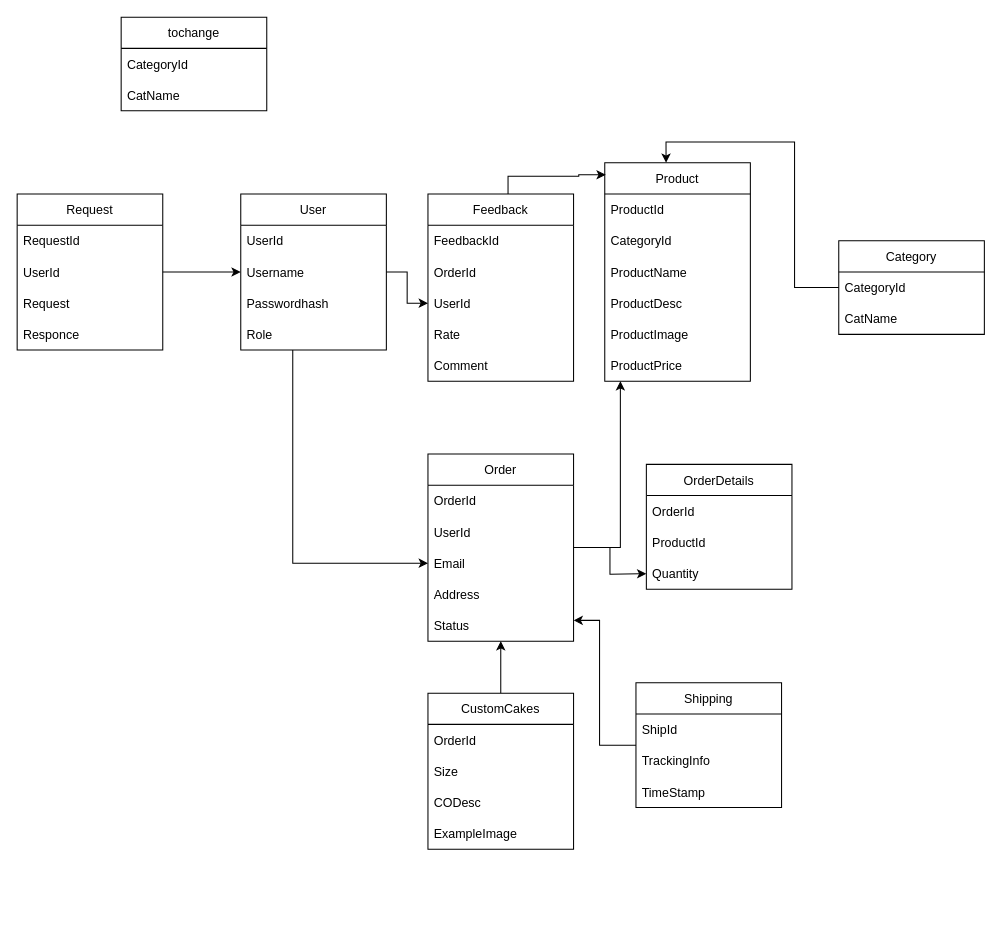
This is projectDatabase.drawio from D3153/storefront-bakery, a draw.io file, before an edit. Source tidied: cells renumbered, new cells numbered last; positions are measured from the earlier drawing's top-left corner, leaving out a move shared by most shapes. Both pictures are drawn from the tidied source at 104%, with x=0, y=0 at pixel (17, 17).
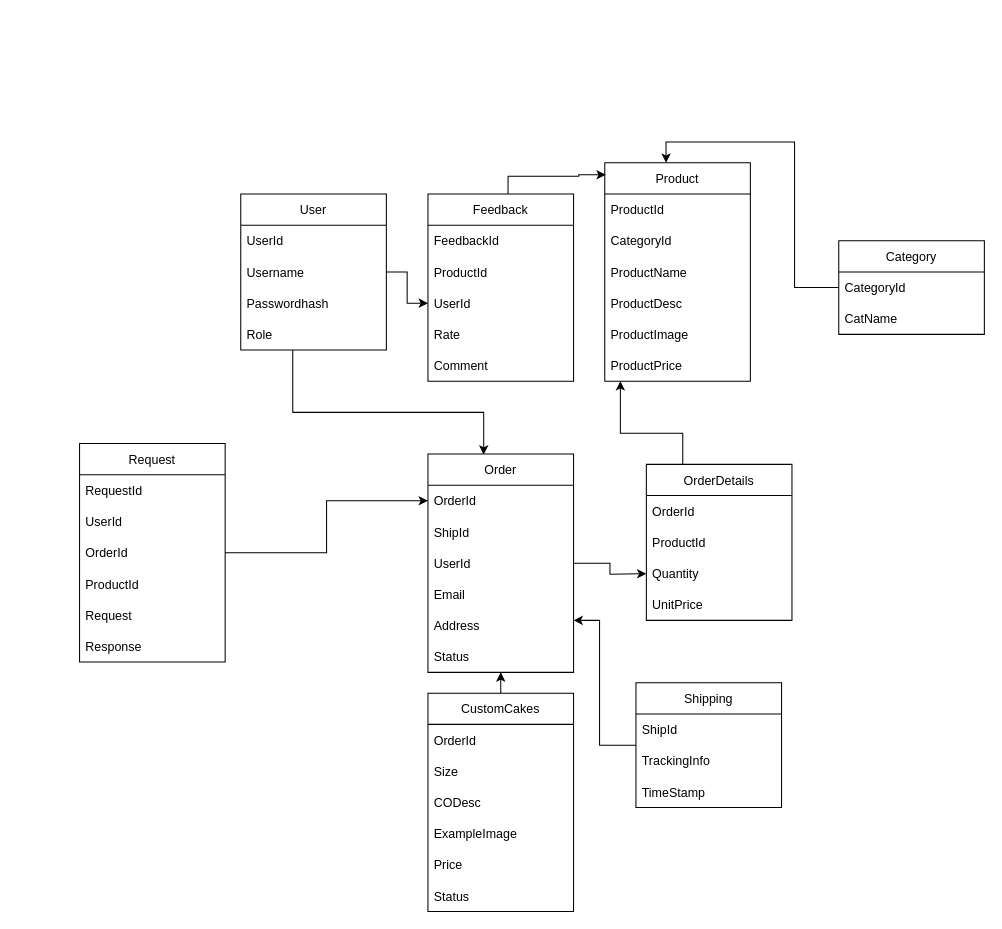
After the change.

The change refers to these unchanged cells:
```xml
<mxCell id="4" value="User" style="swimlane;fontStyle=0;horizontal=1;startSize=30;" parent="1" vertex="1">
  <mxGeometry x="215" y="170" width="140" height="150" as="geometry" />
</mxCell>
<mxCell id="9" value="Product" style="swimlane;fontStyle=0;horizontal=1;startSize=30;" parent="1" vertex="1">
  <mxGeometry x="565" y="140" width="140" height="210" as="geometry" />
</mxCell>
<mxCell id="17" value="Feedback" style="swimlane;fontStyle=0;horizontal=1;startSize=30;" parent="1" vertex="1">
  <mxGeometry x="395" y="170" width="140" height="180" as="geometry" />
</mxCell>
<mxCell id="26" value="OrderId" style="text;strokeColor=none;fillColor=none;align=left;verticalAlign=middle;spacingLeft=4;spacingRight=4;overflow=hidden;points=[[0,0.5],[1,0.5]];portConstraint=eastwest;" parent="25" vertex="1">
  <mxGeometry y="30" width="140" height="30" as="geometry" />
</mxCell>
```

Diff of the diagram source:
```diff
@@
-    <mxCell id="2" style="edgeStyle=orthogonalEdgeStyle;rounded=0;jettySize=auto;html=1;entryX=0;entryY=0.5;entryDx=0;entryDy=0;" parent="1" edge="1" source="4" target="28">
+    <mxCell id="2" style="edgeStyle=orthogonalEdgeStyle;rounded=0;jettySize=auto;html=1;entryX=0.383;entryY=0.003;entryDx=0;entryDy=0;entryPerimeter=0;" parent="1" edge="1" source="4" target="25">
       <mxGeometry relative="1" as="geometry">
         <Array as="points">
-          <mxPoint x="265" y="525" />
+          <mxPoint x="265" y="380" />
+          <mxPoint x="449" y="380" />
         </Array>
       </mxGeometry>
     </mxCell>
@@
-    <mxCell id="19" value="OrderId" style="text;strokeColor=none;fillColor=none;align=left;verticalAlign=middle;spacingLeft=4;spacingRight=4;overflow=hidden;" parent="17" vertex="1">
+    <mxCell id="19" value="ProductId" style="text;strokeColor=none;fillColor=none;align=left;verticalAlign=middle;spacingLeft=4;spacingRight=4;overflow=hidden;" parent="17" vertex="1">
       <mxGeometry y="60" width="140" height="30" as="geometry" />
     </mxCell>
@@
-    <mxCell id="24" style="edgeStyle=orthogonalEdgeStyle;rounded=0;jettySize=auto;html=1;" parent="1" edge="1" source="25" target="9">
+    <mxCell id="24" style="edgeStyle=orthogonalEdgeStyle;rounded=0;jettySize=auto;html=1;exitX=0.007;exitY=0.09;exitDx=0;exitDy=0;exitPerimeter=0;" parent="1" edge="1" source="31" target="9">
       <mxGeometry relative="1" as="geometry">
         <Array as="points">
-          <mxPoint x="580" y="510" />
+          <mxPoint x="640" y="444" />
+          <mxPoint x="640" y="400" />
+          <mxPoint x="580" y="400" />
         </Array>
       </mxGeometry>
     </mxCell>
     <mxCell id="25" value="Order" style="swimlane;fontStyle=0;horizontal=1;startSize=30;" parent="1" vertex="1">
-      <mxGeometry x="395" y="420" width="140" height="180" as="geometry" />
+      <mxGeometry x="395" y="420" width="140" height="210" as="geometry" />
     </mxCell>
@@
+    <mxCell id="59" value="ShipId" style="text;strokeColor=none;fillColor=none;align=left;verticalAlign=middle;spacingLeft=4;spacingRight=4;overflow=hidden;" parent="25" vertex="1">
+      <mxGeometry y="60" width="140" height="30" as="geometry" />
+    </mxCell>
     <mxCell id="27" value="UserId" style="text;strokeColor=none;fillColor=none;align=left;verticalAlign=middle;spacingLeft=4;spacingRight=4;overflow=hidden;" parent="25" vertex="1">
-      <mxGeometry y="60" width="140" height="30" as="geometry" />
+      <mxGeometry y="90" width="140" height="30" as="geometry" />
     </mxCell>
     <mxCell id="28" value="Email" style="text;strokeColor=none;fillColor=none;align=left;verticalAlign=middle;spacingLeft=4;spacingRight=4;overflow=hidden;points=[[0,0.5],[1,0.5]];portConstraint=eastwest;" parent="25" vertex="1">
-      <mxGeometry y="90" width="140" height="30" as="geometry" />
+      <mxGeometry y="120" width="140" height="30" as="geometry" />
     </mxCell>
     <mxCell id="29" value="Address" style="text;strokeColor=none;fillColor=none;align=left;verticalAlign=middle;spacingLeft=4;spacingRight=4;overflow=hidden;" parent="25" vertex="1">
-      <mxGeometry y="120" width="140" height="30" as="geometry" />
+      <mxGeometry y="150" width="140" height="30" as="geometry" />
     </mxCell>
     <mxCell id="30" value="Status" style="text;strokeColor=none;fillColor=none;align=left;verticalAlign=middle;spacingLeft=4;spacingRight=4;overflow=hidden;" parent="25" vertex="1">
-      <mxGeometry y="150" width="140" height="30" as="geometry" />
+      <mxGeometry y="180" width="140" height="30" as="geometry" />
     </mxCell>
     <mxCell id="31" value="OrderDetails" style="swimlane;fontStyle=0;horizontal=1;startSize=30;" parent="1" vertex="1">
-      <mxGeometry x="605" y="430" width="140" height="120" as="geometry" />
+      <mxGeometry x="605" y="430" width="140" height="150" as="geometry" />
     </mxCell>
@@
+    <mxCell id="60" value="UnitPrice" style="text;strokeColor=none;fillColor=none;align=left;verticalAlign=middle;spacingLeft=4;spacingRight=4;overflow=hidden;" parent="31" vertex="1">
+      <mxGeometry y="120" width="140" height="30" as="geometry" />
+    </mxCell>
@@
-    <mxCell id="44" style="edgeStyle=orthogonalEdgeStyle;rounded=0;jettySize=auto;html=1;" parent="1" edge="1" source="45" target="4">
+    <mxCell id="44" style="edgeStyle=orthogonalEdgeStyle;rounded=0;jettySize=auto;html=1;entryX=0;entryY=0.5;entryDx=0;entryDy=0;" parent="1" edge="1" source="45" target="26">
       <mxGeometry relative="1" as="geometry" />
     </mxCell>
     <mxCell id="45" value="Request" style="swimlane;fontStyle=0;horizontal=1;startSize=30;" parent="1" vertex="1">
-      <mxGeometry y="170" width="140" height="150" as="geometry" />
+      <mxGeometry x="60" y="410" width="140" height="210" as="geometry" />
     </mxCell>
@@
+    <mxCell id="61" value="OrderId" style="text;strokeColor=none;fillColor=none;align=left;verticalAlign=middle;spacingLeft=4;spacingRight=4;overflow=hidden;" parent="45" vertex="1">
+      <mxGeometry y="90" width="140" height="30" as="geometry" />
+    </mxCell>
+    <mxCell id="62" value="ProductId" style="text;strokeColor=none;fillColor=none;align=left;verticalAlign=middle;spacingLeft=4;spacingRight=4;overflow=hidden;" parent="45" vertex="1">
+      <mxGeometry y="120" width="140" height="30" as="geometry" />
+    </mxCell>
     <mxCell id="48" value="Request" style="text;strokeColor=none;fillColor=none;align=left;verticalAlign=middle;spacingLeft=4;spacingRight=4;overflow=hidden;" parent="45" vertex="1">
-      <mxGeometry y="90" width="140" height="30" as="geometry" />
+      <mxGeometry y="150" width="140" height="30" as="geometry" />
     </mxCell>
-    <mxCell id="49" value="Responce" style="text;strokeColor=none;fillColor=none;align=left;verticalAlign=middle;spacingLeft=4;spacingRight=4;overflow=hidden;" parent="45" vertex="1">
-      <mxGeometry y="120" width="140" height="30" as="geometry" />
+    <mxCell id="49" value="Response" style="text;strokeColor=none;fillColor=none;align=left;verticalAlign=middle;spacingLeft=4;spacingRight=4;overflow=hidden;" parent="45" vertex="1">
+      <mxGeometry y="180" width="140" height="30" as="geometry" />
     </mxCell>
@@
     <mxCell id="51" value="CustomCakes" style="swimlane;fontStyle=0;horizontal=1;startSize=30;" parent="1" vertex="1">
-      <mxGeometry x="395" y="650" width="140" height="150" as="geometry" />
+      <mxGeometry x="395" y="650" width="140" height="210" as="geometry" />
     </mxCell>
@@
-    <mxCell id="56" value="tochange" style="swimlane;fontStyle=0;horizontal=1;startSize=30;" parent="1" vertex="1">
-      <mxGeometry x="100" width="140" height="90" as="geometry" />
-    </mxCell>
-    <mxCell id="57" value="CategoryId" style="text;strokeColor=none;fillColor=none;align=left;verticalAlign=middle;spacingLeft=4;spacingRight=4;overflow=hidden;" parent="56" vertex="1">
-      <mxGeometry y="30" width="140" height="30" as="geometry" />
-    </mxCell>
-    <mxCell id="58" value="CatName" style="text;strokeColor=none;fillColor=none;align=left;verticalAlign=middle;spacingLeft=4;spacingRight=4;overflow=hidden;" parent="56" vertex="1">
-      <mxGeometry y="60" width="140" height="30" as="geometry" />
-    </mxCell>
+    <mxCell id="63" value="Price" style="text;strokeColor=none;fillColor=none;align=left;verticalAlign=middle;spacingLeft=4;spacingRight=4;overflow=hidden;" parent="51" vertex="1">
+      <mxGeometry y="150" width="140" height="30" as="geometry" />
+    </mxCell>
+    <mxCell id="64" value="Status" style="text;strokeColor=none;fillColor=none;align=left;verticalAlign=middle;spacingLeft=4;spacingRight=4;overflow=hidden;" parent="51" vertex="1">
+      <mxGeometry y="180" width="140" height="30" as="geometry" />
+    </mxCell>
```
